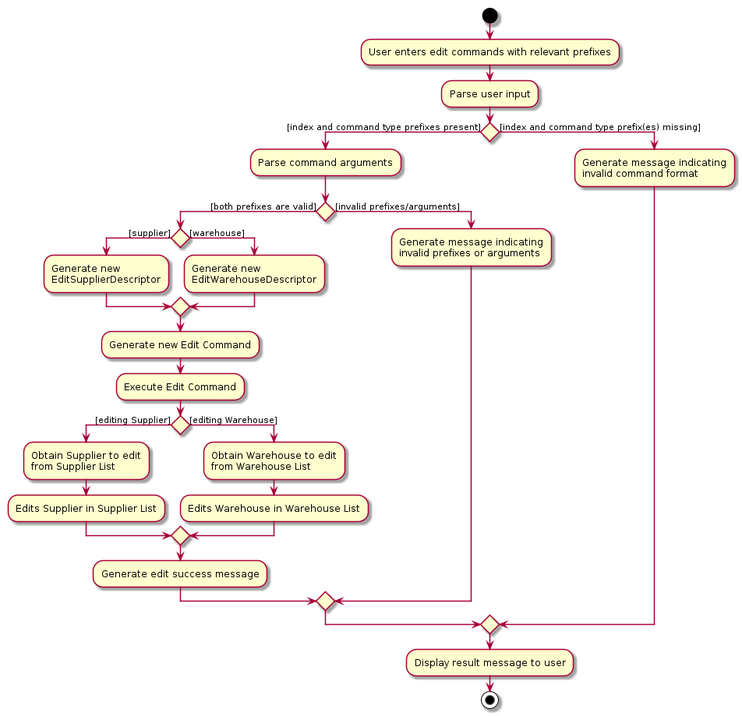
The PlantUML diagram docs/images/EditCommandActivityDiagram.png in tohyuting/tp, before a commit.
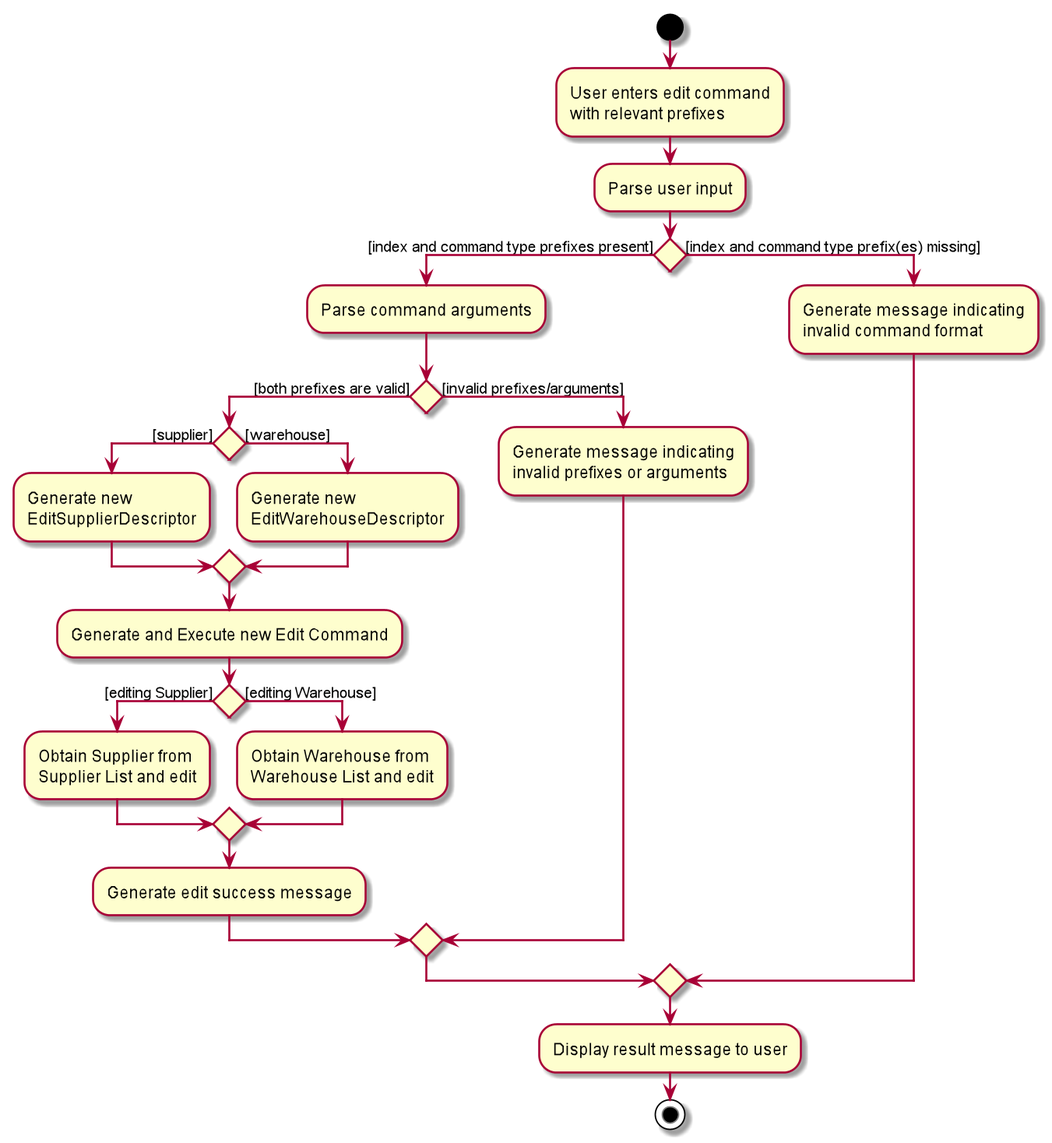
Later version of the same file.

Change to the diagram source:
```diff
@@ -1,6 +1,7 @@
 @startuml
 start
-:User enters edit commands with relevant prefixes;
+:User enters edit command
+with relevant prefixes;
 :Parse user input;
 
 
@@ -15,17 +16,14 @@
         EditWarehouseDescriptor;
         endif
 
-        :Generate new Edit Command;
-        :Execute Edit Command;
+        :Generate and Execute new Edit Command;
 
         if () then([editing Supplier])
-        :Obtain Supplier to edit
-        from Supplier List;
-        :Edits Supplier in Supplier List;
+        :Obtain Supplier from
+        Supplier List and edit;
         else ([editing Warehouse])
-        :Obtain Warehouse to edit
-        from Warehouse List;
-        :Edits Warehouse in Warehouse List;
+        :Obtain Warehouse from
+        Warehouse List and edit;
         endif
         :Generate edit success message;
     else ([invalid prefixes/arguments])
```
